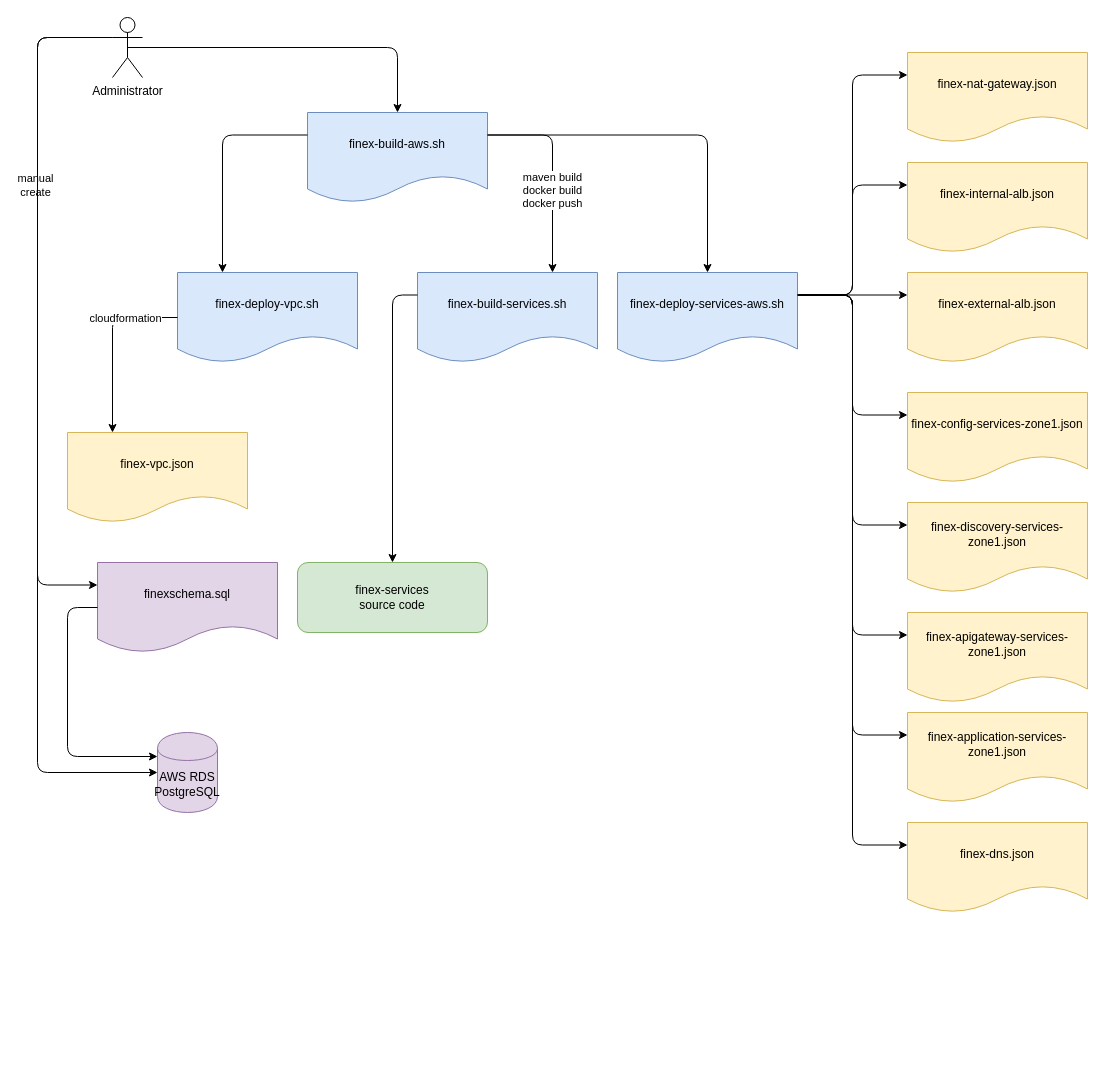
Above: page "Build and Deploy" (7 of 12) of financial-exchange-docs/finex-software-architecture.drawio in hthakkar275/finexv2 (draw.io), before the change. Source tidied: cells renumbered, new cells numbered last; positions are measured from the earlier drawing's top-left corner, leaving out a move shared by most shapes. Both pictures are drawn from the tidied source at 100%, with x=0, y=0 at pixel (37, 17).
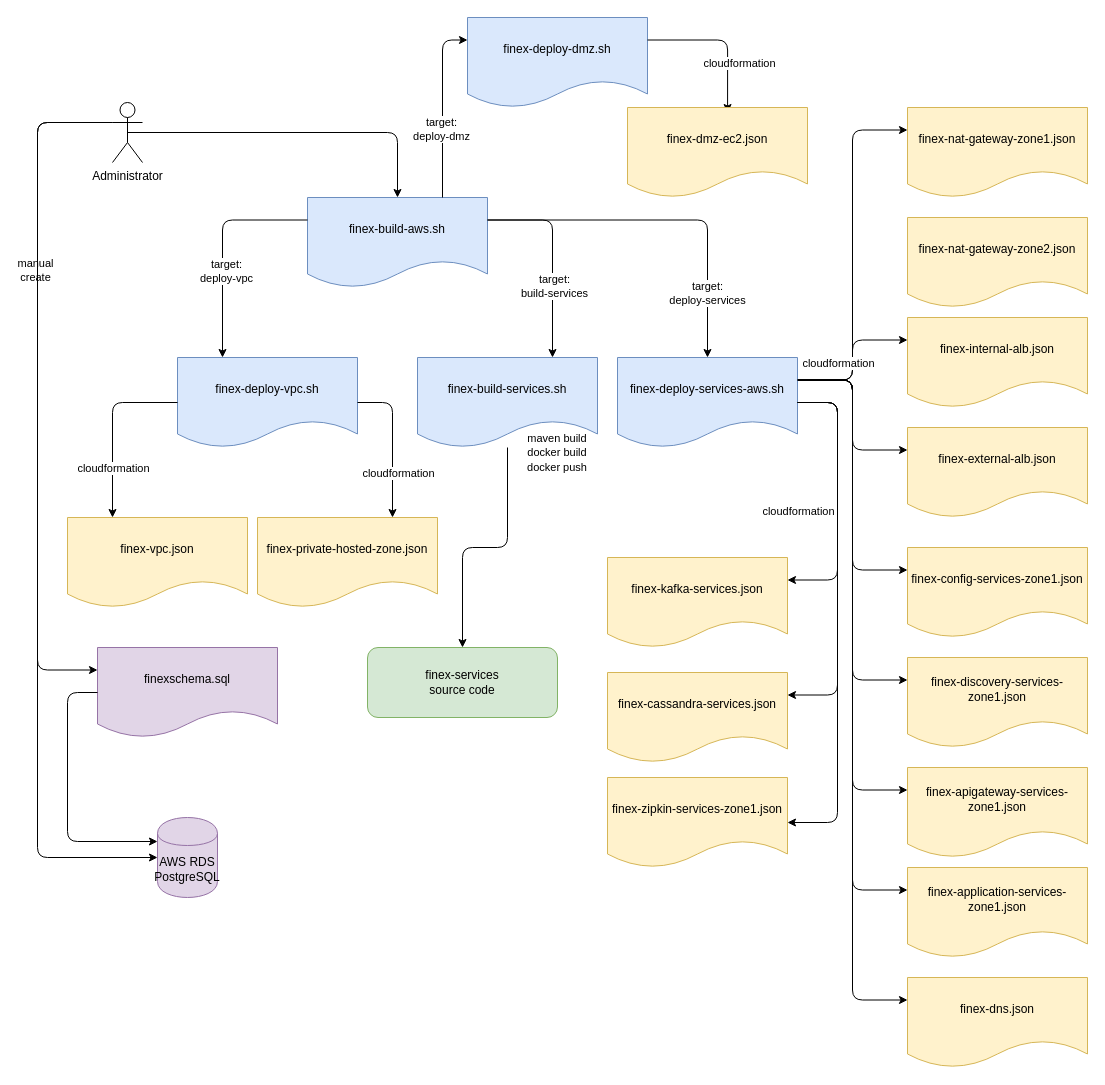
The same page after the edit.

The change refers to these unchanged cells:
```xml
<mxCell id="5" style="endArrow=classic;html=1;exitX=0;exitY=0.25;exitDx=0;exitDy=0;entryX=0.25;entryY=0;entryDx=0;entryDy=0;edgeStyle=orthogonalEdgeStyle;" parent="1" edge="1" source="4" target="3">
  <mxGeometry relative="1" as="geometry" />
</mxCell>
<mxCell id="6" style="endArrow=classic;html=1;exitX=1;exitY=0.25;exitDx=0;exitDy=0;entryX=0.75;entryY=0;entryDx=0;entryDy=0;edgeStyle=orthogonalEdgeStyle;" parent="1" edge="1" source="4" target="2">
  <mxGeometry relative="1" as="geometry" />
</mxCell>
<mxCell id="9" style="endArrow=classic;html=1;exitX=0;exitY=0.5;exitDx=0;exitDy=0;entryX=0.25;entryY=0;entryDx=0;entryDy=0;edgeStyle=orthogonalEdgeStyle;" parent="1" edge="1" source="3" target="8">
  <mxGeometry relative="1" as="geometry" />
</mxCell>
<mxCell id="38" style="endArrow=classic;html=1;exitX=1;exitY=0.25;exitDx=0;exitDy=0;entryX=0;entryY=0.25;entryDx=0;entryDy=0;edgeStyle=orthogonalEdgeStyle;" parent="1" edge="1" source="32" target="35">
  <mxGeometry relative="1" as="geometry" />
</mxCell>
```

Diff of the diagram source:
```diff
@@
     <mxCell id="2" value="finex-build-services.sh" style="shape=document;whiteSpace=wrap;html=1;boundedLbl=1;fillColor=#dae8fc;strokeColor=#6c8ebf;" parent="1" vertex="1">
-      <mxGeometry x="380" y="255" width="180" height="90" as="geometry" />
+      <mxGeometry x="380" y="340" width="180" height="90" as="geometry" />
     </mxCell>
     <mxCell id="3" value="finex-deploy-vpc.sh" style="shape=document;whiteSpace=wrap;html=1;boundedLbl=1;fillColor=#dae8fc;strokeColor=#6c8ebf;" parent="1" vertex="1">
-      <mxGeometry x="140" y="255" width="180" height="90" as="geometry" />
+      <mxGeometry x="140" y="340" width="180" height="90" as="geometry" />
     </mxCell>
     <mxCell id="4" value="finex-build-aws.sh" style="shape=document;whiteSpace=wrap;html=1;boundedLbl=1;fillColor=#dae8fc;strokeColor=#6c8ebf;" parent="1" vertex="1">
-      <mxGeometry x="270" y="95" width="180" height="90" as="geometry" />
+      <mxGeometry x="270" y="180" width="180" height="90" as="geometry" />
     </mxCell>
@@
+    <mxCell id="39" value="target:&lt;br&gt;deploy-vpc" style="edgeLabel;html=1;align=center;verticalAlign=middle;" parent="5" vertex="1">
+      <mxGeometry x="0.22" y="3" relative="1" as="geometry" />
+    </mxCell>
@@
-    <mxCell id="7" value="maven build&lt;br&gt;docker build&lt;br&gt;docker push" style="edgeLabel;html=1;align=center;verticalAlign=middle;" parent="6" vertex="1">
-      <mxGeometry x="0.18" y="-1" relative="1" as="geometry">
-        <mxPoint y="1" as="offset" />
-      </mxGeometry>
-    </mxCell>
+    <mxCell id="40" value="target:&lt;br&gt;build-services" style="edgeLabel;html=1;align=center;verticalAlign=middle;" parent="6" vertex="1">
+      <mxGeometry x="0.29" y="1" relative="1" as="geometry" />
+    </mxCell>
     <mxCell id="8" value="finex-vpc.json" style="shape=document;whiteSpace=wrap;html=1;boundedLbl=1;fillColor=#fff2cc;strokeColor=#d6b656;" parent="1" vertex="1">
-      <mxGeometry x="30" y="415" width="180" height="90" as="geometry" />
+      <mxGeometry x="30" y="500" width="180" height="90" as="geometry" />
     </mxCell>
@@
     <mxCell id="10" value="cloudformation" style="edgeLabel;html=1;align=center;verticalAlign=middle;" parent="9" vertex="1">
       <mxGeometry x="-0.65" y="-2" relative="1" as="geometry">
-        <mxPoint x="-22" y="2" as="offset" />
+        <mxPoint x="-34" y="67" as="offset" />
       </mxGeometry>
     </mxCell>
-    <mxCell id="11" value="finex-nat-gateway.json" style="shape=document;whiteSpace=wrap;html=1;boundedLbl=1;fillColor=#fff2cc;strokeColor=#d6b656;" parent="1" vertex="1">
-      <mxGeometry x="870" y="35" width="180" height="90" as="geometry" />
+    <mxCell id="11" value="finex-nat-gateway-zone1.json" style="shape=document;whiteSpace=wrap;html=1;boundedLbl=1;fillColor=#fff2cc;strokeColor=#d6b656;" parent="1" vertex="1">
+      <mxGeometry x="870" y="90" width="180" height="90" as="geometry" />
     </mxCell>
     <mxCell id="12" value="finex-config-services-zone1.json" style="shape=document;whiteSpace=wrap;html=1;boundedLbl=1;fillColor=#fff2cc;strokeColor=#d6b656;" parent="1" vertex="1">
-      <mxGeometry x="870" y="375" width="180" height="90" as="geometry" />
+      <mxGeometry x="870" y="530" width="180" height="90" as="geometry" />
     </mxCell>
     <mxCell id="13" value="finex-discovery-services-zone1.json" style="shape=document;whiteSpace=wrap;html=1;boundedLbl=1;fillColor=#fff2cc;strokeColor=#d6b656;" parent="1" vertex="1">
-      <mxGeometry x="870" y="485" width="180" height="90" as="geometry" />
+      <mxGeometry x="870" y="640" width="180" height="90" as="geometry" />
     </mxCell>
     <mxCell id="14" value="finex-internal-alb.json" style="shape=document;whiteSpace=wrap;html=1;boundedLbl=1;fillColor=#fff2cc;strokeColor=#d6b656;" parent="1" vertex="1">
-      <mxGeometry x="870" y="145" width="180" height="90" as="geometry" />
+      <mxGeometry x="870" y="300" width="180" height="90" as="geometry" />
     </mxCell>
     <mxCell id="15" value="finex-external-alb.json" style="shape=document;whiteSpace=wrap;html=1;boundedLbl=1;fillColor=#fff2cc;strokeColor=#d6b656;" parent="1" vertex="1">
-      <mxGeometry x="870" y="255" width="180" height="90" as="geometry" />
+      <mxGeometry x="870" y="410" width="180" height="90" as="geometry" />
     </mxCell>
     <mxCell id="16" value="finex-dns.json" style="shape=document;whiteSpace=wrap;html=1;boundedLbl=1;fillColor=#fff2cc;strokeColor=#d6b656;" parent="1" vertex="1">
-      <mxGeometry x="870" y="805" width="180" height="90" as="geometry" />
+      <mxGeometry x="870" y="960" width="180" height="90" as="geometry" />
     </mxCell>
     <mxCell id="17" value="finex-services&lt;br&gt;source code" style="rounded=1;whiteSpace=wrap;html=1;fillColor=#d5e8d4;strokeColor=#82b366;" parent="1" vertex="1">
-      <mxGeometry x="260" y="545" width="190" height="70" as="geometry" />
+      <mxGeometry x="330" y="630" width="190" height="70" as="geometry" />
     </mxCell>
-    <mxCell id="18" style="endArrow=classic;html=1;exitX=0;exitY=0.25;exitDx=0;exitDy=0;entryX=0.5;entryY=0;entryDx=0;entryDy=0;edgeStyle=orthogonalEdgeStyle;" parent="1" edge="1" source="2" target="17">
+    <mxCell id="18" style="endArrow=classic;html=1;entryX=0.5;entryY=0;entryDx=0;entryDy=0;edgeStyle=orthogonalEdgeStyle;" parent="1" edge="1" source="2" target="17">
       <mxGeometry relative="1" as="geometry" />
     </mxCell>
@@
     <mxCell id="24" value="Administrator" style="shape=umlActor;verticalLabelPosition=bottom;labelBackgroundColor=#ffffff;verticalAlign=top;html=1;outlineConnect=0;" parent="1" vertex="1">
-      <mxGeometry x="75" width="30" height="60" as="geometry" />
+      <mxGeometry x="75" y="85" width="30" height="60" as="geometry" />
     </mxCell>
@@
     <mxCell id="26" value="finexschema.sql" style="shape=document;whiteSpace=wrap;html=1;boundedLbl=1;fillColor=#e1d5e7;strokeColor=#9673a6;" parent="1" vertex="1">
-      <mxGeometry x="60" y="545" width="180" height="90" as="geometry" />
+      <mxGeometry x="60" y="630" width="180" height="90" as="geometry" />
     </mxCell>
     <mxCell id="27" style="endArrow=classic;html=1;exitX=0;exitY=0.3333333333333333;exitDx=0;exitDy=0;exitPerimeter=0;entryX=0;entryY=0.25;entryDx=0;entryDy=0;edgeStyle=orthogonalEdgeStyle;" parent="1" edge="1" source="24" target="26">
       <mxGeometry relative="1" as="geometry">
         <Array as="points">
-          <mxPoint y="20" />
+          <mxPoint y="105" />
         </Array>
       </mxGeometry>
     </mxCell>
@@
     <mxCell id="29" value="AWS RDS&lt;br&gt;PostgreSQL" style="shape=cylinder;whiteSpace=wrap;html=1;boundedLbl=1;backgroundOutline=1;fillColor=#e1d5e7;strokeColor=#9673a6;" parent="1" vertex="1">
-      <mxGeometry x="120" y="715" width="60" height="80" as="geometry" />
+      <mxGeometry x="120" y="800" width="60" height="80" as="geometry" />
     </mxCell>
     <mxCell id="30" style="endArrow=classic;html=1;exitX=0;exitY=0.3333333333333333;exitDx=0;exitDy=0;exitPerimeter=0;entryX=0;entryY=0.5;entryDx=0;entryDy=0;edgeStyle=orthogonalEdgeStyle;" parent="1" edge="1" source="24" target="29">
       <mxGeometry relative="1" as="geometry">
         <Array as="points">
-          <mxPoint y="20" />
-          <mxPoint y="755" />
+          <mxPoint y="105" />
+          <mxPoint y="840" />
         </Array>
       </mxGeometry>
     </mxCell>
     <mxCell id="31" style="endArrow=classic;html=1;exitX=0;exitY=0.5;exitDx=0;exitDy=0;entryX=0;entryY=0.3;entryDx=0;entryDy=0;edgeStyle=orthogonalEdgeStyle;" parent="1" edge="1" source="26" target="29">
       <mxGeometry relative="1" as="geometry">
         <Array as="points">
-          <mxPoint x="30" y="590" />
-          <mxPoint x="30" y="739" />
+          <mxPoint x="30" y="675" />
+          <mxPoint x="30" y="824" />
         </Array>
       </mxGeometry>
     </mxCell>
     <mxCell id="32" value="finex-deploy-services-aws.sh" style="shape=document;whiteSpace=wrap;html=1;boundedLbl=1;fillColor=#dae8fc;strokeColor=#6c8ebf;" parent="1" vertex="1">
-      <mxGeometry x="580" y="255" width="180" height="90" as="geometry" />
+      <mxGeometry x="580" y="340" width="180" height="90" as="geometry" />
     </mxCell>
@@
-    <mxCell id="34" style="endArrow=classic;html=1;exitX=1;exitY=0.25;exitDx=0;exitDy=0;edgeStyle=orthogonalEdgeStyle;" parent="1" edge="1" source="4" target="32">
-      <mxGeometry relative="1" as="geometry" />
+    <mxCell id="34" value="target:&lt;br&gt;deploy-services" style="endArrow=classic;html=1;exitX=1;exitY=0.25;exitDx=0;exitDy=0;edgeStyle=orthogonalEdgeStyle;" parent="1" edge="1" source="4" target="32">
+      <mxGeometry x="0.64" relative="1" as="geometry" />
     </mxCell>
+    <mxCell id="41" style="edgeLabel;html=1;align=center;verticalAlign=middle;" parent="34" vertex="1">
+      <mxGeometry x="0.55" y="2" relative="1" as="geometry">
+        <mxPoint y="1" as="offset" />
+      </mxGeometry>
+    </mxCell>
     <mxCell id="35" value="finex-apigateway-services-zone1.json" style="shape=document;whiteSpace=wrap;html=1;boundedLbl=1;fillColor=#fff2cc;strokeColor=#d6b656;" parent="1" vertex="1">
-      <mxGeometry x="870" y="595" width="180" height="90" as="geometry" />
+      <mxGeometry x="870" y="750" width="180" height="90" as="geometry" />
     </mxCell>
     <mxCell id="36" value="finex-application-services-zone1.json" style="shape=document;whiteSpace=wrap;html=1;boundedLbl=1;fillColor=#fff2cc;strokeColor=#d6b656;" parent="1" vertex="1">
-      <mxGeometry x="870" y="695" width="180" height="90" as="geometry" />
+      <mxGeometry x="870" y="850" width="180" height="90" as="geometry" />
     </mxCell>
@@
+    <mxCell id="42" value="cloudformation" style="edgeLabel;html=1;align=center;verticalAlign=middle;" parent="38" vertex="1">
+      <mxGeometry x="-0.89" y="-1" relative="1" as="geometry">
+        <mxPoint x="11" y="-18.5" as="offset" />
+      </mxGeometry>
+    </mxCell>
+    <mxCell id="43" value="finex-nat-gateway-zone2.json" style="shape=document;whiteSpace=wrap;html=1;boundedLbl=1;fillColor=#fff2cc;strokeColor=#d6b656;" parent="1" vertex="1">
+      <mxGeometry x="870" y="200" width="180" height="90" as="geometry" />
+    </mxCell>
+    <mxCell id="44" value="finex-private-hosted-zone.json" style="shape=document;whiteSpace=wrap;html=1;boundedLbl=1;fillColor=#fff2cc;strokeColor=#d6b656;" parent="1" vertex="1">
+      <mxGeometry x="220" y="500" width="180" height="90" as="geometry" />
+    </mxCell>
+    <mxCell id="45" style="endArrow=classic;html=1;exitX=1;exitY=0.5;exitDx=0;exitDy=0;entryX=0.75;entryY=0;entryDx=0;entryDy=0;edgeStyle=orthogonalEdgeStyle;" parent="1" edge="1" source="3" target="44">
+      <mxGeometry relative="1" as="geometry" />
+    </mxCell>
+    <mxCell id="46" value="cloudformation" style="edgeLabel;html=1;align=center;verticalAlign=middle;" parent="45" vertex="1">
+      <mxGeometry x="-0.65" y="-2" relative="1" as="geometry">
+        <mxPoint x="14" y="68" as="offset" />
+      </mxGeometry>
+    </mxCell>
+    <mxCell id="47" value="finex-deploy-dmz.sh" style="shape=document;whiteSpace=wrap;html=1;boundedLbl=1;fillColor=#dae8fc;strokeColor=#6c8ebf;" parent="1" vertex="1">
+      <mxGeometry x="430" width="180" height="90" as="geometry" />
+    </mxCell>
+    <mxCell id="48" style="endArrow=classic;html=1;exitX=1;exitY=0.25;exitDx=0;exitDy=0;entryX=0.556;entryY=0.056;entryDx=0;entryDy=0;edgeStyle=orthogonalEdgeStyle;entryPerimeter=0;" parent="1" edge="1" source="47" target="50">
+      <mxGeometry relative="1" as="geometry" />
+    </mxCell>
+    <mxCell id="49" value="cloudformation" style="edgeLabel;html=1;align=center;verticalAlign=middle;" parent="48" vertex="1">
+      <mxGeometry x="-0.65" y="-2" relative="1" as="geometry">
+        <mxPoint x="64" y="20.5" as="offset" />
+      </mxGeometry>
+    </mxCell>
+    <mxCell id="50" value="finex-dmz-ec2.json" style="shape=document;whiteSpace=wrap;html=1;boundedLbl=1;fillColor=#fff2cc;strokeColor=#d6b656;" parent="1" vertex="1">
+      <mxGeometry x="590" y="90" width="180" height="90" as="geometry" />
+    </mxCell>
+    <mxCell id="51" style="endArrow=classic;html=1;exitX=0.75;exitY=0;exitDx=0;exitDy=0;entryX=0;entryY=0.25;entryDx=0;entryDy=0;edgeStyle=orthogonalEdgeStyle;" parent="1" edge="1" source="4" target="47">
+      <mxGeometry relative="1" as="geometry" />
+    </mxCell>
+    <mxCell id="52" value="target:&lt;br&gt;deploy-dmz" style="edgeLabel;html=1;align=center;verticalAlign=middle;" parent="51" vertex="1">
+      <mxGeometry x="-0.24" y="2" relative="1" as="geometry" />
+    </mxCell>
+    <mxCell id="7" value="&lt;span style=&quot;color: rgb(0, 0, 0); font-family: helvetica; font-size: 11px; font-style: normal; font-weight: 400; letter-spacing: normal; text-align: center; text-indent: 0px; text-transform: none; word-spacing: 0px; background-color: rgb(255, 255, 255); display: inline; float: none;&quot;&gt;maven build&lt;/span&gt;&lt;br style=&quot;color: rgb(0, 0, 0); font-family: helvetica; font-size: 11px; font-style: normal; font-weight: 400; letter-spacing: normal; text-align: center; text-indent: 0px; text-transform: none; word-spacing: 0px;&quot;&gt;&lt;span style=&quot;color: rgb(0, 0, 0); font-family: helvetica; font-size: 11px; font-style: normal; font-weight: 400; letter-spacing: normal; text-align: center; text-indent: 0px; text-transform: none; word-spacing: 0px; background-color: rgb(255, 255, 255); display: inline; float: none;&quot;&gt;docker build&lt;/span&gt;&lt;br style=&quot;color: rgb(0, 0, 0); font-family: helvetica; font-size: 11px; font-style: normal; font-weight: 400; letter-spacing: normal; text-align: center; text-indent: 0px; text-transform: none; word-spacing: 0px;&quot;&gt;&lt;span style=&quot;color: rgb(0, 0, 0); font-family: helvetica; font-size: 11px; font-style: normal; font-weight: 400; letter-spacing: normal; text-align: center; text-indent: 0px; text-transform: none; word-spacing: 0px; background-color: rgb(255, 255, 255); display: inline; float: none;&quot;&gt;docker push&lt;/span&gt;" style="text;html=1;strokeColor=none;fillColor=none;align=center;verticalAlign=middle;whiteSpace=wrap;rounded=0;" parent="1" vertex="1">
+      <mxGeometry x="460" y="415" width="120" height="40" as="geometry" />
+    </mxCell>
+    <mxCell id="53" value="finex-kafka-services.json" style="shape=document;whiteSpace=wrap;html=1;boundedLbl=1;fillColor=#fff2cc;strokeColor=#d6b656;" parent="1" vertex="1">
+      <mxGeometry x="570" y="540" width="180" height="90" as="geometry" />
+    </mxCell>
+    <mxCell id="54" value="finex-cassandra-services.json" style="shape=document;whiteSpace=wrap;html=1;boundedLbl=1;fillColor=#fff2cc;strokeColor=#d6b656;" parent="1" vertex="1">
+      <mxGeometry x="570" y="655" width="180" height="90" as="geometry" />
+    </mxCell>
+    <mxCell id="55" value="finex-zipkin-services-zone1.json" style="shape=document;whiteSpace=wrap;html=1;boundedLbl=1;fillColor=#fff2cc;strokeColor=#d6b656;" parent="1" vertex="1">
+      <mxGeometry x="570" y="760" width="180" height="90" as="geometry" />
+    </mxCell>
+    <mxCell id="56" style="endArrow=classic;html=1;exitX=1;exitY=0.5;exitDx=0;exitDy=0;entryX=1;entryY=0.25;entryDx=0;entryDy=0;edgeStyle=orthogonalEdgeStyle;" parent="1" edge="1" source="32" target="53">
+      <mxGeometry relative="1" as="geometry">
+        <Array as="points">
+          <mxPoint x="800" y="385" />
+          <mxPoint x="800" y="563" />
+        </Array>
+      </mxGeometry>
+    </mxCell>
+    <mxCell id="57" style="endArrow=classic;html=1;exitX=1;exitY=0.5;exitDx=0;exitDy=0;entryX=1;entryY=0.25;entryDx=0;entryDy=0;edgeStyle=orthogonalEdgeStyle;" parent="1" edge="1" source="32" target="54">
+      <mxGeometry relative="1" as="geometry">
+        <Array as="points">
+          <mxPoint x="800" y="385" />
+          <mxPoint x="800" y="678" />
+        </Array>
+      </mxGeometry>
+    </mxCell>
+    <mxCell id="58" style="endArrow=classic;html=1;exitX=1;exitY=0.5;exitDx=0;exitDy=0;entryX=1;entryY=0.5;entryDx=0;entryDy=0;edgeStyle=orthogonalEdgeStyle;" parent="1" edge="1" source="32" target="55">
+      <mxGeometry relative="1" as="geometry">
+        <Array as="points">
+          <mxPoint x="800" y="385" />
+          <mxPoint x="800" y="805" />
+        </Array>
+      </mxGeometry>
+    </mxCell>
+    <mxCell id="59" value="cloudformation" style="edgeLabel;html=1;align=center;verticalAlign=middle;" parent="58" vertex="1">
+      <mxGeometry x="-0.42" y="-3" relative="1" as="geometry">
+        <mxPoint x="-37" as="offset" />
+      </mxGeometry>
+    </mxCell>
```
